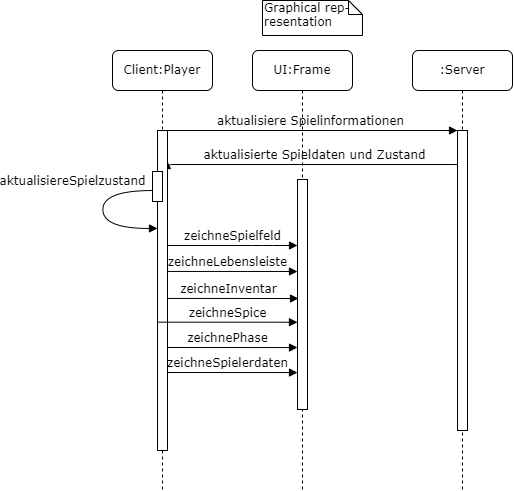
The draw.io diagram Documentation/Requirement specification document/images/SQ_Spielfeld.png in LeverageAlex/DuneRTS, before a commit. Source tidied: cells renumbered, new cells last; positions are measured from the earlier drawing's top-left corner, leaving out a move shared by most shapes. Its diagram source:
```xml
<mxGraphModel>
  <root>
    <mxCell id="0" />
    <mxCell id="1" parent="0" />
    <mxCell id="2" value="zeichnePhase" style="html=1;verticalAlign=bottom;endArrow=block;labelBackgroundColor=none;fontFamily=Verdana;fontSize=12;edgeStyle=elbowEdgeStyle;elbow=vertical;exitX=0.5;exitY=0.239;exitDx=0;exitDy=0;exitPerimeter=0;" parent="1" edge="1">
      <mxGeometry relative="1" as="geometry">
        <mxPoint x="55" y="347" as="sourcePoint" />
        <mxPoint x="195" y="347.1" as="targetPoint" />
        <Array as="points">
          <mxPoint x="160" y="347.1" />
        </Array>
      </mxGeometry>
    </mxCell>
    <mxCell id="3" value="zeichneInventar" style="html=1;verticalAlign=bottom;endArrow=block;labelBackgroundColor=none;fontFamily=Verdana;fontSize=12;edgeStyle=elbowEdgeStyle;elbow=vertical;exitX=0.5;exitY=0.239;exitDx=0;exitDy=0;exitPerimeter=0;" parent="1" edge="1">
      <mxGeometry relative="1" as="geometry">
        <mxPoint x="56" y="297.9" as="sourcePoint" />
        <mxPoint x="196" y="298" as="targetPoint" />
        <Array as="points">
          <mxPoint x="161" y="298" />
        </Array>
      </mxGeometry>
    </mxCell>
    <mxCell id="4" value="zeichneLebensleiste" style="html=1;verticalAlign=bottom;endArrow=block;labelBackgroundColor=none;fontFamily=Verdana;fontSize=12;edgeStyle=elbowEdgeStyle;elbow=vertical;exitX=0.5;exitY=0.239;exitDx=0;exitDy=0;exitPerimeter=0;" parent="1" edge="1">
      <mxGeometry relative="1" as="geometry">
        <mxPoint x="55" y="270.9" as="sourcePoint" />
        <mxPoint x="195" y="271" as="targetPoint" />
        <Array as="points">
          <mxPoint x="160" y="271" />
        </Array>
      </mxGeometry>
    </mxCell>
    <mxCell id="5" value="aktualisierte Spieldaten und Zustand" style="html=1;verticalAlign=bottom;endArrow=none;labelBackgroundColor=none;fontFamily=Verdana;fontSize=12;edgeStyle=elbowEdgeStyle;elbow=vertical;endFill=0;startArrow=block;startFill=1;entryX=0.5;entryY=0.125;entryDx=0;entryDy=0;entryPerimeter=0;" parent="1" edge="1" target="10">
      <mxGeometry relative="1" as="geometry">
        <mxPoint x="64.4" y="160" as="sourcePoint" />
      </mxGeometry>
    </mxCell>
    <mxCell id="6" value="UI:Frame" style="shape=umlLifeline;perimeter=lifelinePerimeter;whiteSpace=wrap;html=1;outlineConnect=0;rounded=1;shadow=0;comic=0;labelBackgroundColor=none;strokeWidth=1;fontFamily=Verdana;fontSize=12;align=center;" parent="1" vertex="1">
      <mxGeometry x="150" y="50" width="100" height="440" as="geometry" />
    </mxCell>
    <mxCell id="7" style="html=1;perimeter=orthogonalPerimeter;rounded=0;shadow=0;comic=0;labelBackgroundColor=none;strokeWidth=1;fontFamily=Verdana;fontSize=12;align=center;" parent="6" vertex="1">
      <mxGeometry x="45" y="129" width="10" height="230" as="geometry" />
    </mxCell>
    <mxCell id="8" value="zeichneSpielerdaten" style="html=1;verticalAlign=bottom;endArrow=block;labelBackgroundColor=none;fontFamily=Verdana;fontSize=12;edgeStyle=elbowEdgeStyle;elbow=vertical;exitX=0.5;exitY=0.239;exitDx=0;exitDy=0;exitPerimeter=0;" parent="6" edge="1">
      <mxGeometry relative="1" as="geometry">
        <mxPoint x="-95" y="322" as="sourcePoint" />
        <mxPoint x="45" y="322.1" as="targetPoint" />
        <Array as="points">
          <mxPoint x="10" y="322.1" />
        </Array>
      </mxGeometry>
    </mxCell>
    <mxCell id="9" value=":Server" style="shape=umlLifeline;perimeter=lifelinePerimeter;whiteSpace=wrap;html=1;rounded=1;shadow=0;comic=0;labelBackgroundColor=none;strokeWidth=1;fontFamily=Verdana;fontSize=12;align=center;" parent="1" vertex="1">
      <mxGeometry x="310" y="50" width="100" height="440" as="geometry" />
    </mxCell>
    <mxCell id="10" style="html=1;points=[];perimeter=orthogonalPerimeter;rounded=0;shadow=0;comic=0;labelBackgroundColor=none;strokeWidth=1;fontFamily=Verdana;fontSize=12;align=center;" parent="9" vertex="1">
      <mxGeometry x="45" y="80" width="10" height="300" as="geometry" />
    </mxCell>
    <mxCell id="11" value="Client:Player" style="shape=umlLifeline;perimeter=lifelinePerimeter;whiteSpace=wrap;html=1;outlineConnect=0;rounded=1;shadow=0;comic=0;labelBackgroundColor=none;strokeWidth=1;fontFamily=Verdana;fontSize=12;align=center;" parent="1" vertex="1">
      <mxGeometry x="10" y="50" width="100" height="440" as="geometry" />
    </mxCell>
    <mxCell id="12" style="html=1;perimeter=orthogonalPerimeter;rounded=0;shadow=0;comic=0;labelBackgroundColor=none;strokeWidth=1;fontFamily=Verdana;fontSize=12;align=center;" parent="11" vertex="1">
      <mxGeometry x="45" y="80" width="10" height="320" as="geometry" />
    </mxCell>
    <mxCell id="13" style="html=1;perimeter=orthogonalPerimeter;rounded=0;shadow=0;comic=0;labelBackgroundColor=none;strokeWidth=1;fontFamily=Verdana;fontSize=12;align=center;" parent="11" vertex="1">
      <mxGeometry x="40" y="121" width="10" height="30" as="geometry" />
    </mxCell>
    <mxCell id="14" value="aktualisiereSpielzustand" style="html=1;verticalAlign=bottom;endArrow=block;labelBackgroundColor=none;fontFamily=Verdana;fontSize=12;elbow=vertical;edgeStyle=orthogonalEdgeStyle;curved=1;entryX=1;entryY=0.286;entryPerimeter=0;exitX=1.038;exitY=0.345;exitPerimeter=0;" parent="11" edge="1">
      <mxGeometry x="-0.3" y="-30" relative="1" as="geometry">
        <mxPoint x="40.4" y="140" as="sourcePoint" />
        <mxPoint x="45" y="178" as="targetPoint" />
        <Array as="points">
          <mxPoint x="-9.6" y="140" />
          <mxPoint x="-9.6" y="178" />
        </Array>
      </mxGeometry>
    </mxCell>
    <mxCell id="15" value="zeichneSpielfeld" style="html=1;verticalAlign=bottom;endArrow=block;labelBackgroundColor=none;fontFamily=Verdana;fontSize=12;edgeStyle=elbowEdgeStyle;elbow=vertical;" parent="1" edge="1">
      <mxGeometry relative="1" as="geometry">
        <mxPoint x="65" y="245" as="sourcePoint" />
        <mxPoint x="195" y="245" as="targetPoint" />
        <Array as="points">
          <mxPoint x="160" y="245" />
        </Array>
      </mxGeometry>
    </mxCell>
    <mxCell id="16" value="aktualisiere Spielinformationen" style="html=1;verticalAlign=bottom;endArrow=block;entryX=0;entryY=0;labelBackgroundColor=none;fontFamily=Verdana;fontSize=12;edgeStyle=elbowEdgeStyle;elbow=vertical;" parent="1" edge="1" source="11" target="10">
      <mxGeometry relative="1" as="geometry" />
    </mxCell>
    <mxCell id="17" value="Graphical rep-&lt;br&gt;resentation" style="shape=note;whiteSpace=wrap;html=1;size=14;verticalAlign=top;align=left;spacingTop=-6;rounded=0;shadow=0;comic=0;labelBackgroundColor=none;strokeWidth=1;fontFamily=Verdana;fontSize=12;" parent="1" vertex="1">
      <mxGeometry x="160" width="100" height="35" as="geometry" />
    </mxCell>
    <mxCell id="18" value="zeichneSpice" style="html=1;verticalAlign=bottom;endArrow=block;labelBackgroundColor=none;fontFamily=Verdana;fontSize=12;edgeStyle=elbowEdgeStyle;elbow=vertical;exitX=0.5;exitY=0.239;exitDx=0;exitDy=0;exitPerimeter=0;" parent="1" edge="1">
      <mxGeometry relative="1" as="geometry">
        <mxPoint x="55" y="321.7" as="sourcePoint" />
        <mxPoint x="195" y="321.7" as="targetPoint" />
        <Array as="points">
          <mxPoint x="160" y="321.7" />
        </Array>
      </mxGeometry>
    </mxCell>
  </root>
</mxGraphModel>
```
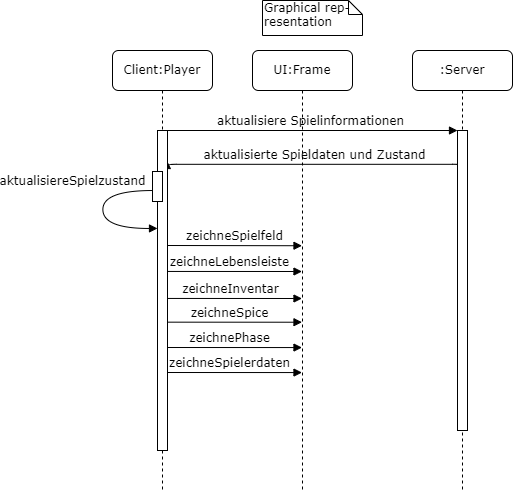
The same diagram one commit later.

The edit, as a diff of the source:
```diff
@@ -2,28 +2,33 @@
   <root>
     <mxCell id="0" />
     <mxCell id="1" parent="0" />
+    <mxCell id="18" value="zeichneSpice" style="html=1;verticalAlign=bottom;endArrow=block;labelBackgroundColor=none;fontFamily=Verdana;fontSize=12;edgeStyle=elbowEdgeStyle;elbow=vertical;exitX=0.5;exitY=0.239;exitDx=0;exitDy=0;exitPerimeter=0;" parent="1" edge="1" target="6">
+      <mxGeometry relative="1" as="geometry">
+        <mxPoint x="55" y="321.7" as="sourcePoint" />
+        <Array as="points">
+          <mxPoint x="160" y="321.7" />
+        </Array>
+      </mxGeometry>
+    </mxCell>
-    <mxCell id="2" value="zeichnePhase" style="html=1;verticalAlign=bottom;endArrow=block;labelBackgroundColor=none;fontFamily=Verdana;fontSize=12;edgeStyle=elbowEdgeStyle;elbow=vertical;exitX=0.5;exitY=0.239;exitDx=0;exitDy=0;exitPerimeter=0;" parent="1" edge="1">
+    <mxCell id="2" value="zeichnePhase" style="html=1;verticalAlign=bottom;endArrow=block;labelBackgroundColor=none;fontFamily=Verdana;fontSize=12;edgeStyle=elbowEdgeStyle;elbow=vertical;exitX=0.5;exitY=0.239;exitDx=0;exitDy=0;exitPerimeter=0;" parent="1" edge="1" target="6">
       <mxGeometry relative="1" as="geometry">
         <mxPoint x="55" y="347" as="sourcePoint" />
-        <mxPoint x="195" y="347.1" as="targetPoint" />
         <Array as="points">
           <mxPoint x="160" y="347.1" />
         </Array>
       </mxGeometry>
     </mxCell>
-    <mxCell id="3" value="zeichneInventar" style="html=1;verticalAlign=bottom;endArrow=block;labelBackgroundColor=none;fontFamily=Verdana;fontSize=12;edgeStyle=elbowEdgeStyle;elbow=vertical;exitX=0.5;exitY=0.239;exitDx=0;exitDy=0;exitPerimeter=0;" parent="1" edge="1">
+    <mxCell id="3" value="zeichneInventar" style="html=1;verticalAlign=bottom;endArrow=block;labelBackgroundColor=none;fontFamily=Verdana;fontSize=12;edgeStyle=elbowEdgeStyle;elbow=vertical;exitX=0.5;exitY=0.239;exitDx=0;exitDy=0;exitPerimeter=0;" parent="1" edge="1" target="6">
       <mxGeometry relative="1" as="geometry">
         <mxPoint x="56" y="297.9" as="sourcePoint" />
-        <mxPoint x="196" y="298" as="targetPoint" />
         <Array as="points">
           <mxPoint x="161" y="298" />
         </Array>
       </mxGeometry>
     </mxCell>
-    <mxCell id="4" value="zeichneLebensleiste" style="html=1;verticalAlign=bottom;endArrow=block;labelBackgroundColor=none;fontFamily=Verdana;fontSize=12;edgeStyle=elbowEdgeStyle;elbow=vertical;exitX=0.5;exitY=0.239;exitDx=0;exitDy=0;exitPerimeter=0;" parent="1" edge="1">
+    <mxCell id="4" value="zeichneLebensleiste" style="html=1;verticalAlign=bottom;endArrow=block;labelBackgroundColor=none;fontFamily=Verdana;fontSize=12;edgeStyle=elbowEdgeStyle;elbow=vertical;exitX=0.5;exitY=0.239;exitDx=0;exitDy=0;exitPerimeter=0;" parent="1" edge="1" target="6">
       <mxGeometry relative="1" as="geometry">
         <mxPoint x="55" y="270.9" as="sourcePoint" />
-        <mxPoint x="195" y="271" as="targetPoint" />
         <Array as="points">
           <mxPoint x="160" y="271" />
         </Array>
@@ -37,13 +42,9 @@
     <mxCell id="6" value="UI:Frame" style="shape=umlLifeline;perimeter=lifelinePerimeter;whiteSpace=wrap;html=1;outlineConnect=0;rounded=1;shadow=0;comic=0;labelBackgroundColor=none;strokeWidth=1;fontFamily=Verdana;fontSize=12;align=center;" parent="1" vertex="1">
       <mxGeometry x="150" y="50" width="100" height="440" as="geometry" />
     </mxCell>
-    <mxCell id="7" style="html=1;perimeter=orthogonalPerimeter;rounded=0;shadow=0;comic=0;labelBackgroundColor=none;strokeWidth=1;fontFamily=Verdana;fontSize=12;align=center;" parent="6" vertex="1">
-      <mxGeometry x="45" y="129" width="10" height="230" as="geometry" />
-    </mxCell>
-    <mxCell id="8" value="zeichneSpielerdaten" style="html=1;verticalAlign=bottom;endArrow=block;labelBackgroundColor=none;fontFamily=Verdana;fontSize=12;edgeStyle=elbowEdgeStyle;elbow=vertical;exitX=0.5;exitY=0.239;exitDx=0;exitDy=0;exitPerimeter=0;" parent="6" edge="1">
+    <mxCell id="8" value="zeichneSpielerdaten" style="html=1;verticalAlign=bottom;endArrow=block;labelBackgroundColor=none;fontFamily=Verdana;fontSize=12;edgeStyle=elbowEdgeStyle;elbow=vertical;exitX=0.5;exitY=0.239;exitDx=0;exitDy=0;exitPerimeter=0;" parent="6" edge="1" target="6">
       <mxGeometry relative="1" as="geometry">
         <mxPoint x="-95" y="322" as="sourcePoint" />
-        <mxPoint x="45" y="322.1" as="targetPoint" />
         <Array as="points">
           <mxPoint x="10" y="322.1" />
         </Array>
@@ -74,13 +75,9 @@
         </Array>
       </mxGeometry>
     </mxCell>
-    <mxCell id="15" value="zeichneSpielfeld" style="html=1;verticalAlign=bottom;endArrow=block;labelBackgroundColor=none;fontFamily=Verdana;fontSize=12;edgeStyle=elbowEdgeStyle;elbow=vertical;" parent="1" edge="1">
+    <mxCell id="15" value="zeichneSpielfeld" style="html=1;verticalAlign=bottom;endArrow=block;labelBackgroundColor=none;fontFamily=Verdana;fontSize=12;edgeStyle=elbowEdgeStyle;elbow=vertical;" parent="1" edge="1" target="6">
       <mxGeometry relative="1" as="geometry">
         <mxPoint x="65" y="245" as="sourcePoint" />
-        <mxPoint x="195" y="245" as="targetPoint" />
-        <Array as="points">
-          <mxPoint x="160" y="245" />
-        </Array>
       </mxGeometry>
     </mxCell>
     <mxCell id="16" value="aktualisiere Spielinformationen" style="html=1;verticalAlign=bottom;endArrow=block;entryX=0;entryY=0;labelBackgroundColor=none;fontFamily=Verdana;fontSize=12;edgeStyle=elbowEdgeStyle;elbow=vertical;" parent="1" edge="1" source="11" target="10">
@@ -89,14 +86,5 @@
     <mxCell id="17" value="Graphical rep-&lt;br&gt;resentation" style="shape=note;whiteSpace=wrap;html=1;size=14;verticalAlign=top;align=left;spacingTop=-6;rounded=0;shadow=0;comic=0;labelBackgroundColor=none;strokeWidth=1;fontFamily=Verdana;fontSize=12;" parent="1" vertex="1">
       <mxGeometry x="160" width="100" height="35" as="geometry" />
     </mxCell>
-    <mxCell id="18" value="zeichneSpice" style="html=1;verticalAlign=bottom;endArrow=block;labelBackgroundColor=none;fontFamily=Verdana;fontSize=12;edgeStyle=elbowEdgeStyle;elbow=vertical;exitX=0.5;exitY=0.239;exitDx=0;exitDy=0;exitPerimeter=0;" parent="1" edge="1">
-      <mxGeometry relative="1" as="geometry">
-        <mxPoint x="55" y="321.7" as="sourcePoint" />
-        <mxPoint x="195" y="321.7" as="targetPoint" />
-        <Array as="points">
-          <mxPoint x="160" y="321.7" />
-        </Array>
-      </mxGeometry>
-    </mxCell>
   </root>
 </mxGraphModel>
```
